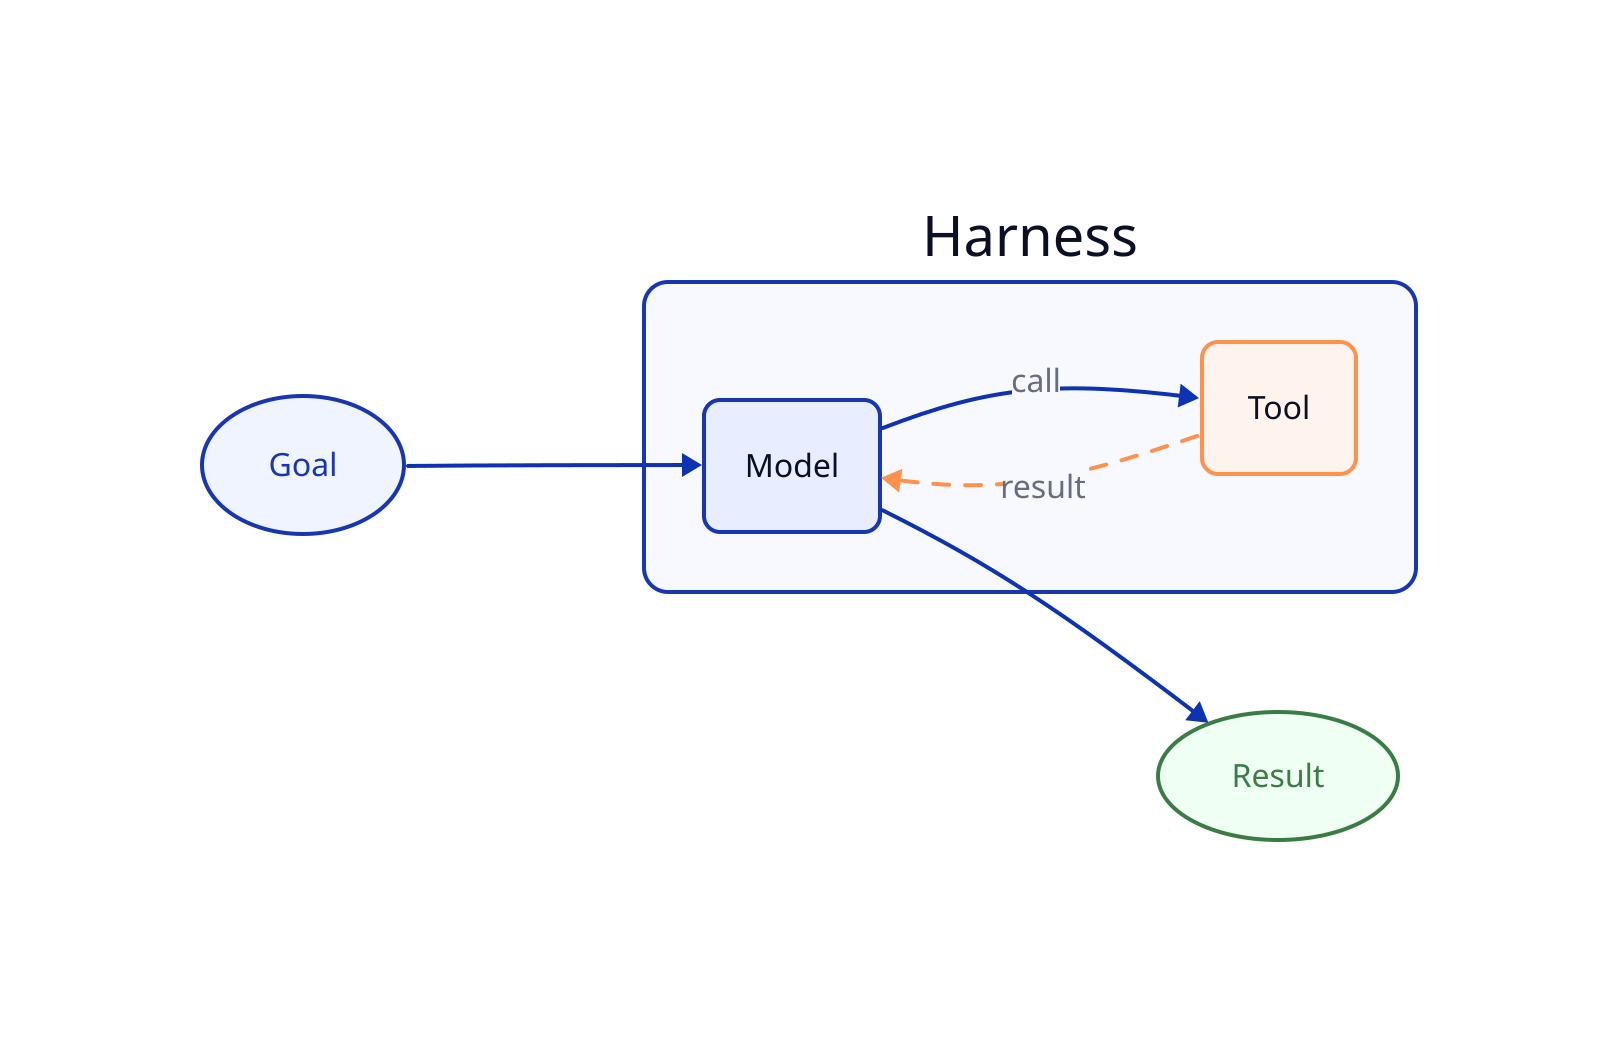
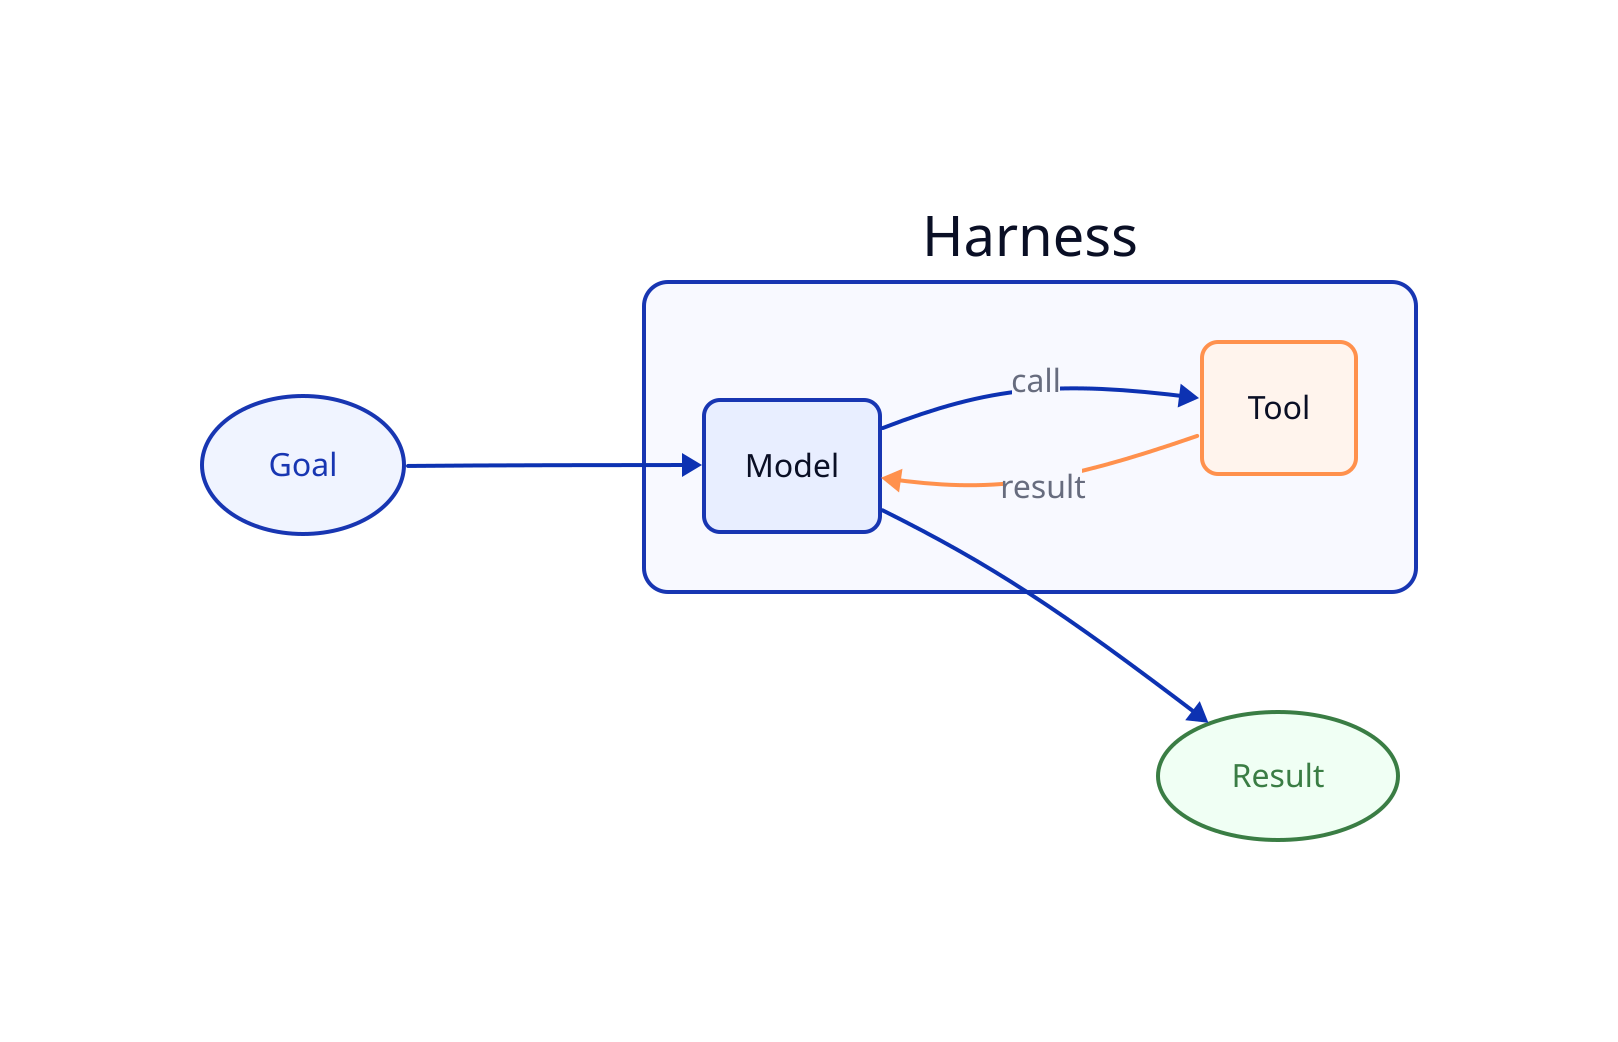
direction: right

goal: "Goal" {
  shape: oval
  style.fill: "#f0f4ff"
  style.stroke: "#1836b2"
  style.font-color: "#1836b2"
}

harness: "Harness" {
  style.fill: "#f8f9ff"
  style.stroke: "#1836b2"
  style.stroke-width: 2
  style.border-radius: 12

  model: "Model" {
    style.fill: "#e8eeff"
    style.stroke: "#1836b2"
    style.stroke-width: 2
    style.border-radius: 8
  }

  tool: "Tool" {
    style.fill: "#fff4ed"
    style.stroke: "#ff914d"
    style.stroke-width: 2
    style.border-radius: 8
  }

  model -> tool: "call"
  tool -> model: "result" {
-     style.stroke-dash: 4
    style.stroke: "#ff914d"
  }
}

result: "Result" {
  shape: oval
  style.fill: "#f0fff4"
  style.stroke: "#3a7d44"
  style.font-color: "#3a7d44"
}

goal -> harness.model
harness.model -> result
